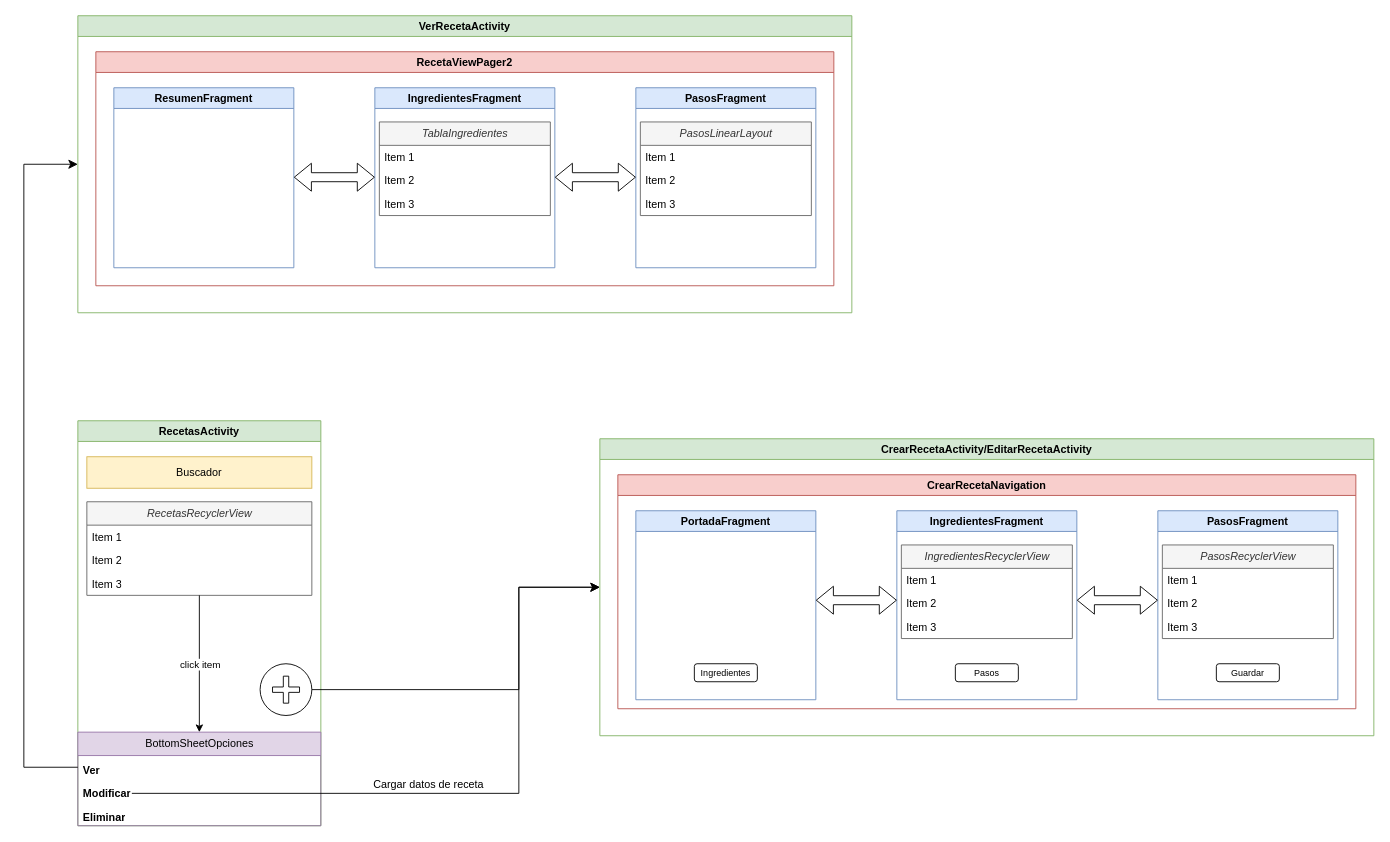
Before: diagramas/Recetario.drawio in overdrive80/RecetasDigitales, a draw.io diagram. Source tidied: cells renumbered, new cells numbered last; positions are measured from the earlier drawing's top-left corner, leaving out a move shared by most shapes. Both pictures are drawn from the tidied source at 90%, with x=0, y=0 at pixel (23, 15).
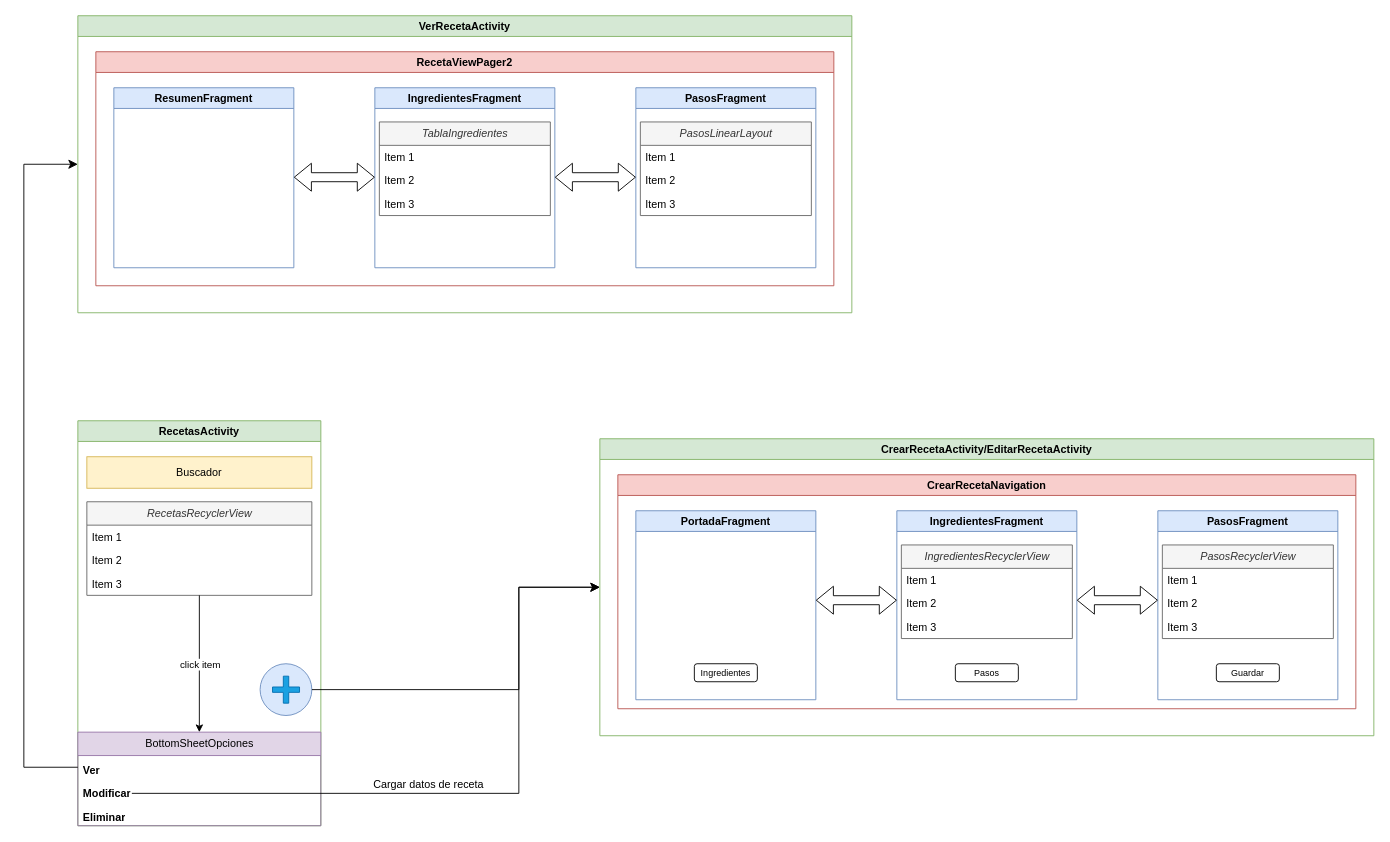
Above is the later version.

The change refers to these unchanged cells:
```xml
<mxCell id="2" value="RecetasActivity" style="swimlane;fillColor=#d5e8d4;strokeColor=#82b366;" parent="1" vertex="1">
  <mxGeometry x="60" y="450" width="270" height="450" as="geometry" />
</mxCell>
```

Diff of the diagram source:
```diff
@@
-    <mxCell id="15" style="group;fillColor=light-dark(#FFFFFF,#FFFFFF);fillStyle=auto;strokeColor=none;" parent="2" vertex="1">
+    <mxCell id="15" style="group;fillColor=none;fillStyle=auto;strokeColor=none;" parent="2" vertex="1">
       <mxGeometry x="202.5" y="270" width="57.5" height="57.5" as="geometry" />
     </mxCell>
-    <mxCell id="16" style="ellipse;whiteSpace=wrap;html=1;labelBackgroundColor=default;fillColor=light-dark(#FFFFFF,#FFFFFF);strokeColor=light-dark(#000000,#000000);" parent="15" vertex="1">
+    <mxCell id="16" style="ellipse;whiteSpace=wrap;html=1;labelBackgroundColor=default;fillColor=#dae8fc;strokeColor=#6c8ebf;" parent="15" vertex="1">
       <mxGeometry width="57.5" height="57.5" as="geometry" />
     </mxCell>
-    <mxCell id="17" style="shape=cross;whiteSpace=wrap;html=1;" parent="15" vertex="1">
+    <mxCell id="17" style="shape=cross;whiteSpace=wrap;html=1;fillColor=#1ba1e2;fontColor=#ffffff;strokeColor=#006EAF;" parent="15" vertex="1">
       <mxGeometry x="13.8" y="13.8" width="30" height="30" as="geometry" />
     </mxCell>
```
